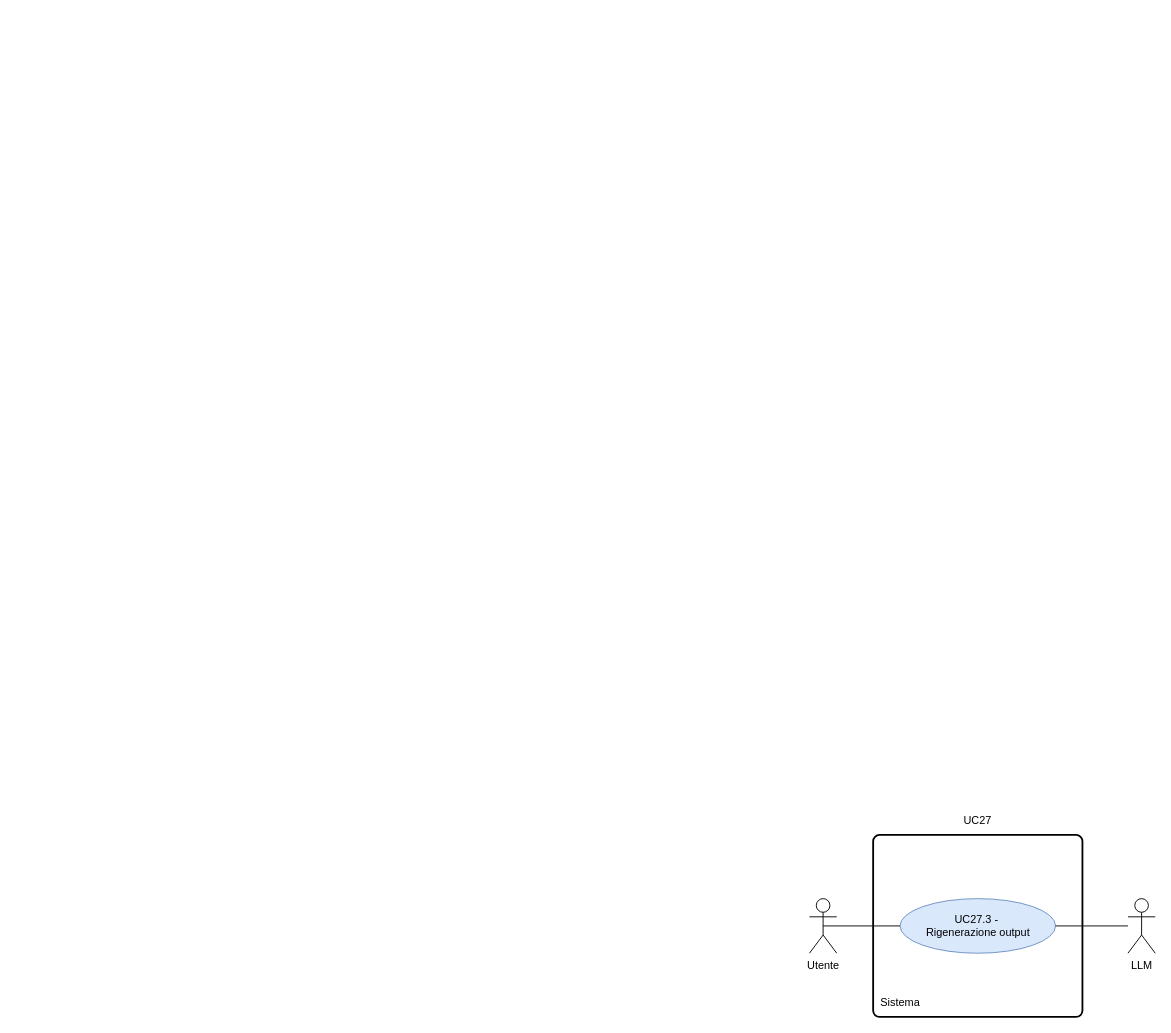
Earlier version of the draw.io diagram RTB/doc_esterna/analisi-dei-requisiti/assets/draw.io/UC27.3.drawio (thebitless-group-swe/thebitless.github.io). Source tidied: cells renumbered, new cells numbered last; positions are measured from the earlier drawing's top-left corner, leaving out a move shared by most shapes. Both pictures are drawn from the tidied source at 91%, with x=0, y=0 at pixel (809, 807).
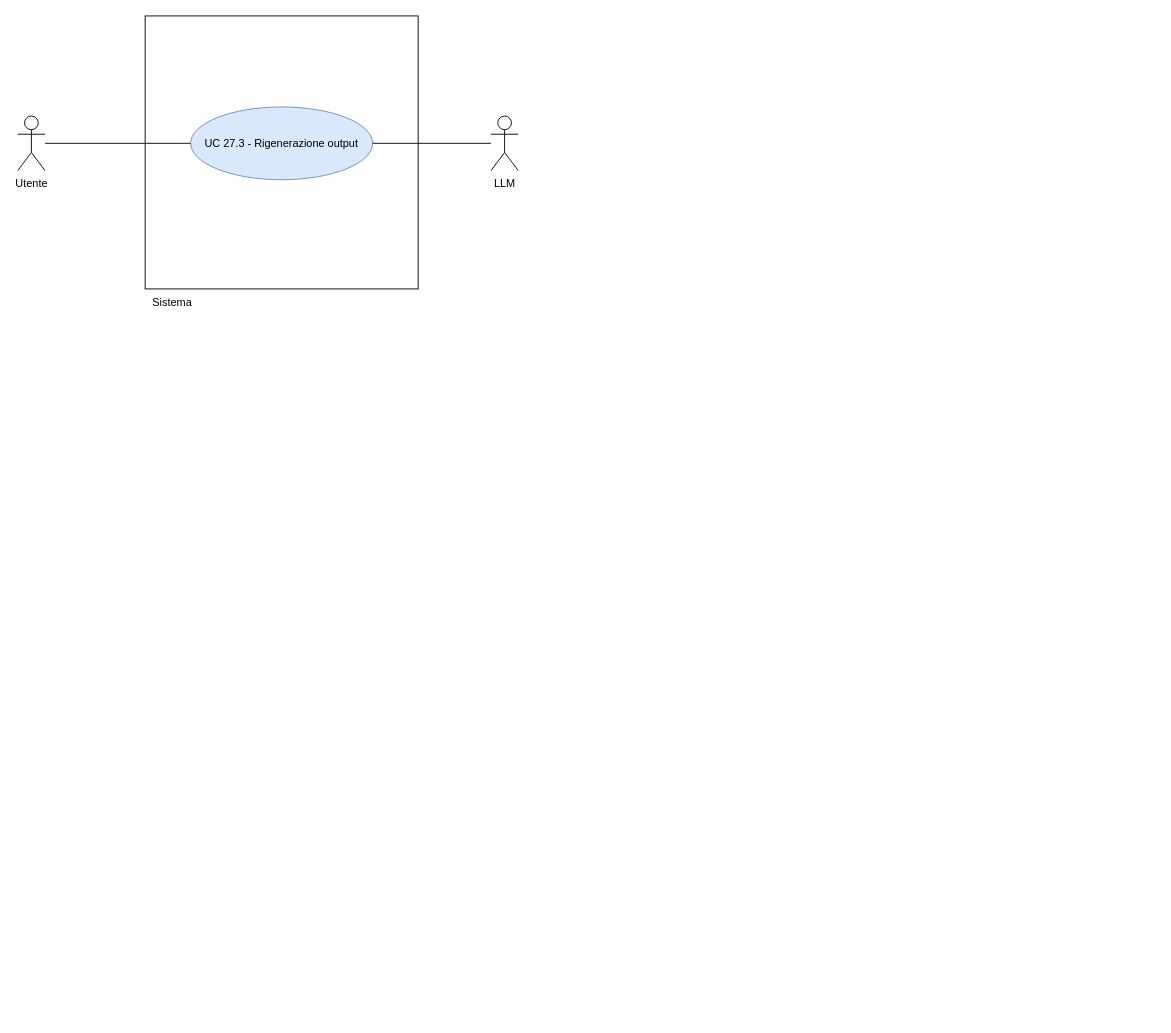
After the change.

What changed in the source:
```diff
@@
 <mxGraphModel>
   <root>
     <mxCell id="0" />
     <mxCell id="1" parent="0" />
-    <mxCell id="2" style="rounded=1;whiteSpace=wrap;html=1;absoluteArcSize=1;arcSize=14;strokeWidth=2;" parent="1" vertex="1">
-      <mxGeometry x="70" y="30" width="230" height="200" as="geometry" />
-    </mxCell>
+    <mxCell id="10" style="whiteSpace=wrap;html=1;" parent="1" vertex="1">
+      <mxGeometry x="-730" y="-870" width="300" height="300" as="geometry" />
+    </mxCell>
+    <mxCell id="9" value="Sistema" style="text;html=1;whiteSpace=wrap;strokeColor=none;fillColor=none;align=center;verticalAlign=middle;rounded=0;" parent="1" vertex="1">
+      <mxGeometry x="-730" y="-570" width="60" height="30" as="geometry" />
+    </mxCell>
     <mxCell id="3" value="Utente" style="shape=umlActor;verticalLabelPosition=bottom;verticalAlign=top;html=1;outlineConnect=0;" parent="1" vertex="1">
-      <mxGeometry y="100" width="30" height="60" as="geometry" />
+      <mxGeometry x="-870" y="-760" width="30" height="60" as="geometry" />
     </mxCell>
-    <mxCell id="4" value="UC27" style="text;html=1;whiteSpace=wrap;strokeColor=none;fillColor=none;align=center;verticalAlign=middle;rounded=0;" parent="1" vertex="1">
-      <mxGeometry x="140" width="90" height="30" as="geometry" />
-    </mxCell>
-    <mxCell id="5" value="UC27.3 -&amp;nbsp;&lt;div&gt;Rigenerazione output&lt;/div&gt;" style="ellipse;whiteSpace=wrap;html=1;fillColor=#dae8fc;strokeColor=#6c8ebf;" parent="1" vertex="1">
-      <mxGeometry x="99.5" y="100" width="171" height="60" as="geometry" />
-    </mxCell>
-    <mxCell id="6" style="endArrow=none;html=1;rounded=0;exitX=0.5;exitY=0.5;exitDx=0;exitDy=0;exitPerimeter=0;entryX=0;entryY=0.5;entryDx=0;entryDy=0;" parent="1" edge="1" source="3" target="5">
-      <mxGeometry relative="1" as="geometry" />
-    </mxCell>
-    <mxCell id="7" style="edgeStyle=orthogonalEdgeStyle;rounded=0;jettySize=auto;html=1;endArrow=none;endFill=0;" parent="1" edge="1" source="8" target="5">
-      <mxGeometry relative="1" as="geometry" />
-    </mxCell>
     <mxCell id="8" value="LLM" style="shape=umlActor;verticalLabelPosition=bottom;verticalAlign=top;html=1;outlineConnect=0;" parent="1" vertex="1">
-      <mxGeometry x="350" y="100" width="30" height="60" as="geometry" />
+      <mxGeometry x="-350" y="-760" width="30" height="60" as="geometry" />
     </mxCell>
-    <mxCell id="9" value="Sistema" style="text;html=1;whiteSpace=wrap;strokeColor=none;fillColor=none;align=center;verticalAlign=middle;rounded=0;" parent="1" vertex="1">
-      <mxGeometry x="70" y="200" width="60" height="30" as="geometry" />
-    </mxCell>
+    <mxCell id="11" value="UC 27.3 - Rigenerazione output" style="ellipse;whiteSpace=wrap;html=1;fillColor=#dae8fc;strokeColor=#6c8ebf;" parent="1" vertex="1">
+      <mxGeometry x="-680" y="-770" width="200" height="80" as="geometry" />
+    </mxCell>
+    <mxCell id="12" style="edgeStyle=none;rounded=0;jettySize=auto;html=1;endArrow=none;endFill=0;" parent="1" edge="1" source="3" target="11">
+      <mxGeometry relative="1" as="geometry" />
+    </mxCell>
+    <mxCell id="13" style="edgeStyle=none;rounded=0;jettySize=auto;html=1;endArrow=none;endFill=0;" parent="1" edge="1" source="8" target="11">
+      <mxGeometry relative="1" as="geometry" />
+    </mxCell>
   </root>
 </mxGraphModel>
```
